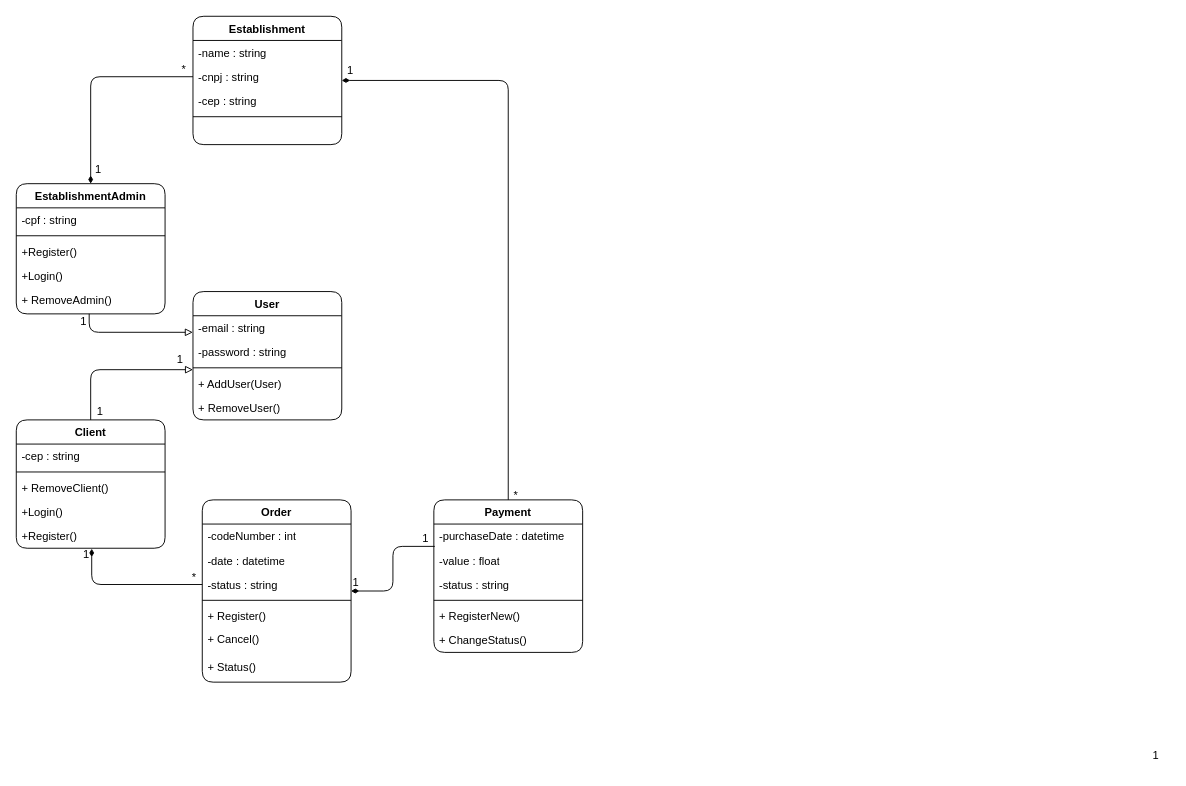
The draw.io diagram page "UML - Classe" (2 of 3) of DevOps/Modelagem de Software.drawio in LucasBO7/senai-curso-repos-semestre-4, before the edit. Source tidied: cells renumbered, new cells numbered last; positions are measured from the earlier drawing's top-left corner, leaving out a move shared by most shapes. Both pictures are drawn from the tidied source at 93%, with x=0, y=0 at pixel (16, 16).
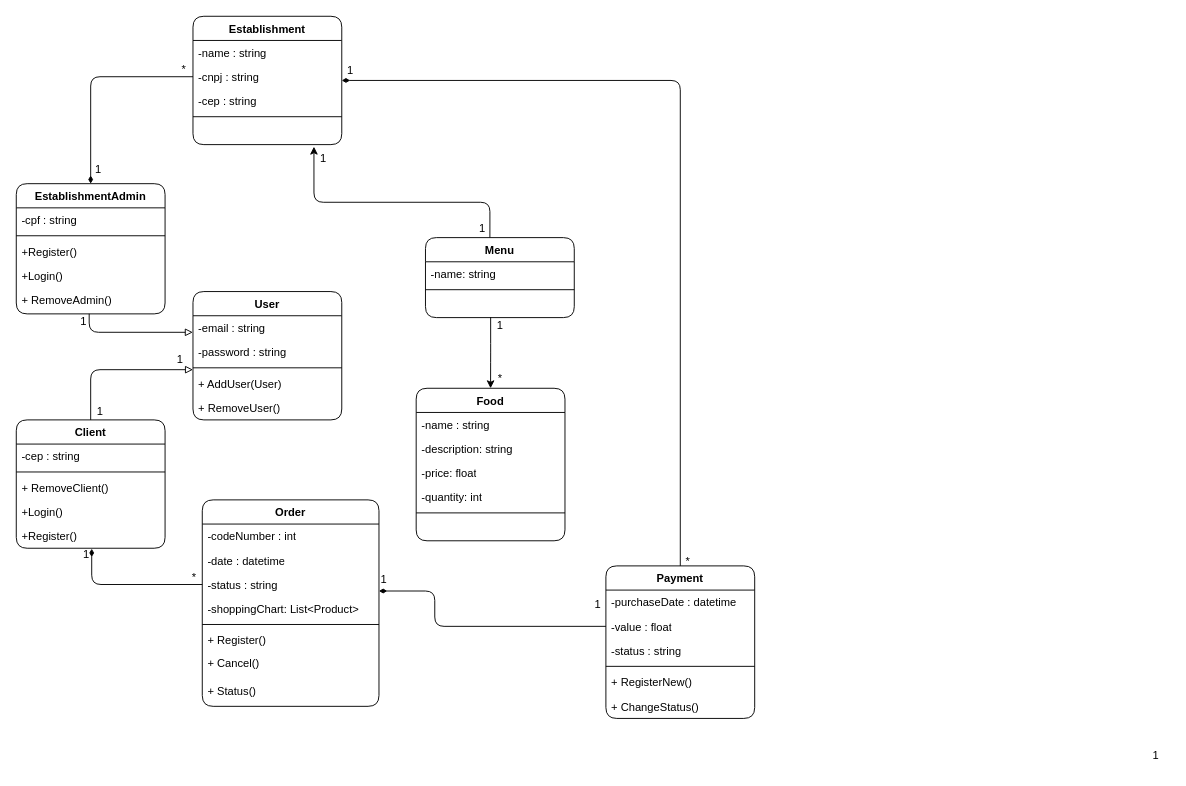
The same page after the edit.

The change refers to these unchanged cells:
```xml
<mxCell id="21" value="-value : float" style="text;strokeColor=none;fillColor=none;align=left;verticalAlign=top;spacingLeft=4;spacingRight=4;overflow=hidden;points=[[0,0.5],[1,0.5]];portConstraint=eastwest;whiteSpace=wrap;html=1;rounded=1;" parent="19" vertex="1">
  <mxGeometry y="52" width="160" height="26" as="geometry" />
</mxCell>
<mxCell id="48" value="&amp;nbsp; &amp;nbsp;" style="text;strokeColor=none;fillColor=none;align=left;verticalAlign=top;spacingLeft=4;spacingRight=4;overflow=hidden;points=[[0,0.5],[1,0.5]];portConstraint=eastwest;whiteSpace=wrap;html=1;rounded=1;" parent="43" vertex="1">
  <mxGeometry y="112" width="160" height="26" as="geometry" />
</mxCell>
```

Change to the diagram source:
```diff
@@
     <mxCell id="2" value="Order" style="swimlane;fontStyle=1;align=center;verticalAlign=top;horizontal=1;startSize=26;whiteSpace=wrap;html=1;rounded=1;" parent="1" vertex="1">
-      <mxGeometry x="200" y="520" width="160" height="196" as="geometry" />
+      <mxGeometry x="200" y="520" width="190" height="222" as="geometry" />
     </mxCell>
     <mxCell id="3" value="-codeNumber : int" style="text;strokeColor=none;fillColor=none;align=left;verticalAlign=top;spacingLeft=4;spacingRight=4;overflow=hidden;whiteSpace=wrap;html=1;rounded=1;" parent="2" vertex="1">
-      <mxGeometry y="26" width="160" height="26" as="geometry" />
+      <mxGeometry y="26" width="190" height="26" as="geometry" />
     </mxCell>
     <mxCell id="4" value="-date : datetime" style="text;strokeColor=none;fillColor=none;align=left;verticalAlign=top;spacingLeft=4;spacingRight=4;overflow=hidden;whiteSpace=wrap;html=1;rounded=1;" parent="2" vertex="1">
-      <mxGeometry y="52" width="160" height="26" as="geometry" />
+      <mxGeometry y="52" width="190" height="26" as="geometry" />
     </mxCell>
     <mxCell id="5" value="-status : string" style="text;strokeColor=none;fillColor=none;align=left;verticalAlign=top;spacingLeft=4;spacingRight=4;overflow=hidden;points=[[0,0.5],[1,0.5]];portConstraint=eastwest;whiteSpace=wrap;html=1;rounded=1;" parent="2" vertex="1">
-      <mxGeometry y="78" width="160" height="26" as="geometry" />
+      <mxGeometry y="78" width="190" height="26" as="geometry" />
     </mxCell>
+    <mxCell id="60" value="-shoppingChart: List&amp;lt;Product&amp;gt;" style="text;strokeColor=none;fillColor=none;align=left;verticalAlign=top;spacingLeft=4;spacingRight=4;overflow=hidden;whiteSpace=wrap;html=1;rounded=1;" parent="2" vertex="1">
+      <mxGeometry y="104" width="190" height="26" as="geometry" />
+    </mxCell>
     <mxCell id="6" style="line;strokeWidth=1;fillColor=none;align=left;verticalAlign=middle;spacingTop=-1;spacingLeft=3;spacingRight=3;labelPosition=right;strokeColor=inherit;rounded=1;" parent="2" vertex="1">
-      <mxGeometry y="104" width="160" height="8" as="geometry" />
+      <mxGeometry y="130" width="190" height="8" as="geometry" />
     </mxCell>
     <mxCell id="7" value="+ Register()" style="text;strokeColor=none;fillColor=none;align=left;verticalAlign=top;spacingLeft=4;spacingRight=4;overflow=hidden;whiteSpace=wrap;html=1;rounded=1;" parent="2" vertex="1">
-      <mxGeometry y="112" width="160" height="24" as="geometry" />
+      <mxGeometry y="138" width="190" height="24" as="geometry" />
     </mxCell>
     <mxCell id="8" value="+ Cancel()" style="text;strokeColor=none;fillColor=none;align=left;verticalAlign=top;spacingLeft=4;spacingRight=4;overflow=hidden;whiteSpace=wrap;html=1;rounded=1;" parent="2" vertex="1">
-      <mxGeometry y="136" width="160" height="30" as="geometry" />
+      <mxGeometry y="162" width="190" height="30" as="geometry" />
     </mxCell>
     <mxCell id="9" value="+ Status()" style="text;strokeColor=none;fillColor=none;align=left;verticalAlign=top;spacingLeft=4;spacingRight=4;overflow=hidden;whiteSpace=wrap;html=1;rounded=1;" parent="2" vertex="1">
-      <mxGeometry y="166" width="160" height="30" as="geometry" />
+      <mxGeometry y="192" width="190" height="30" as="geometry" />
     </mxCell>
@@
     <mxCell id="19" value="Payment" style="swimlane;fontStyle=1;align=center;verticalAlign=top;horizontal=1;startSize=26;whiteSpace=wrap;html=1;rounded=1;" parent="1" vertex="1">
-      <mxGeometry x="449" y="520" width="160" height="164" as="geometry" />
+      <mxGeometry x="634" y="591" width="160" height="164" as="geometry" />
     </mxCell>
@@
-    <mxCell id="55" style="edgeStyle=orthogonalEdgeStyle;rounded=1;jettySize=auto;html=1;endArrow=none;endFill=0;startArrow=diamondThin;startFill=1;" parent="1" edge="1" source="2">
+    <mxCell id="55" style="edgeStyle=orthogonalEdgeStyle;rounded=1;jettySize=auto;html=1;endArrow=none;endFill=0;startArrow=diamondThin;startFill=1;entryX=0;entryY=0.5;entryDx=0;entryDy=0;" parent="1" edge="1" source="2" target="21">
       <mxGeometry relative="1" as="geometry">
-        <mxPoint x="450" y="570" as="targetPoint" />
         <Array as="points">
-          <mxPoint x="405" y="618" />
-          <mxPoint x="405" y="570" />
-          <mxPoint x="450" y="570" />
+          <mxPoint x="450" y="618" />
+          <mxPoint x="450" y="656" />
         </Array>
       </mxGeometry>
     </mxCell>
     <mxCell id="56" value="1" style="text;html=1;align=center;verticalAlign=middle;strokeColor=none;fillColor=none;rounded=1;" parent="1" vertex="1">
-      <mxGeometry x="350" y="594" width="30" height="30" as="geometry" />
+      <mxGeometry x="380" y="591" width="30" height="30" as="geometry" />
     </mxCell>
     <mxCell id="57" value="1" style="text;html=1;align=center;verticalAlign=middle;strokeColor=none;fillColor=none;rounded=1;" parent="1" vertex="1">
-      <mxGeometry x="425" y="547" width="30" height="30" as="geometry" />
+      <mxGeometry x="610" y="618" width="30" height="30" as="geometry" />
     </mxCell>
     <mxCell id="58" value="*" style="text;html=1;align=center;verticalAlign=middle;strokeColor=none;fillColor=none;rounded=1;" parent="1" vertex="1">
-      <mxGeometry x="522" y="501" width="30" height="30" as="geometry" />
+      <mxGeometry x="707" y="572" width="30" height="30" as="geometry" />
     </mxCell>
@@
+    <mxCell id="61" style="edgeStyle=orthogonalEdgeStyle;rounded=1;jettySize=auto;html=1;entryX=0.813;entryY=1.085;entryDx=0;entryDy=0;entryPerimeter=0;exitX=0.433;exitY=0.014;exitDx=0;exitDy=0;exitPerimeter=0;" parent="1" edge="1" source="63" target="48">
+      <mxGeometry relative="1" as="geometry">
+        <Array as="points">
+          <mxPoint x="509" y="200" />
+          <mxPoint x="320" y="200" />
+        </Array>
+      </mxGeometry>
+    </mxCell>
+    <mxCell id="62" value="1" style="text;html=1;align=center;verticalAlign=middle;strokeColor=none;fillColor=none;" parent="1" vertex="1">
+      <mxGeometry x="315" y="138" width="30" height="30" as="geometry" />
+    </mxCell>
+    <mxCell id="63" value="Menu" style="swimlane;fontStyle=1;align=center;verticalAlign=top;horizontal=1;startSize=26;whiteSpace=wrap;html=1;rounded=1;" parent="1" vertex="1">
+      <mxGeometry x="440" y="238" width="160" height="86" as="geometry" />
+    </mxCell>
+    <mxCell id="64" value="-name: string" style="text;strokeColor=none;fillColor=none;align=left;verticalAlign=top;spacingLeft=4;spacingRight=4;overflow=hidden;whiteSpace=wrap;html=1;rounded=1;" parent="63" vertex="1">
+      <mxGeometry y="26" width="160" height="26" as="geometry" />
+    </mxCell>
+    <mxCell id="65" style="line;strokeWidth=1;fillColor=none;align=left;verticalAlign=middle;spacingTop=-1;spacingLeft=3;spacingRight=3;labelPosition=right;strokeColor=inherit;rounded=1;" parent="63" vertex="1">
+      <mxGeometry y="52" width="160" height="8" as="geometry" />
+    </mxCell>
+    <mxCell id="66" value="&amp;nbsp; &amp;nbsp;" style="text;strokeColor=none;fillColor=none;align=left;verticalAlign=top;spacingLeft=4;spacingRight=4;overflow=hidden;points=[[0,0.5],[1,0.5]];portConstraint=eastwest;whiteSpace=wrap;html=1;rounded=1;" parent="63" vertex="1">
+      <mxGeometry y="60" width="160" height="26" as="geometry" />
+    </mxCell>
+    <mxCell id="67" value="1" style="text;html=1;align=center;verticalAlign=middle;strokeColor=none;fillColor=none;" parent="1" vertex="1">
+      <mxGeometry x="486" y="213" width="30" height="30" as="geometry" />
+    </mxCell>
+    <mxCell id="68" value="Food" style="swimlane;fontStyle=1;align=center;verticalAlign=top;horizontal=1;startSize=26;whiteSpace=wrap;html=1;rounded=1;" parent="1" vertex="1">
+      <mxGeometry x="430" y="400" width="160" height="164" as="geometry" />
+    </mxCell>
+    <mxCell id="69" value="-name : string" style="text;strokeColor=none;fillColor=none;align=left;verticalAlign=top;spacingLeft=4;spacingRight=4;overflow=hidden;whiteSpace=wrap;html=1;rounded=1;" parent="68" vertex="1">
+      <mxGeometry y="26" width="160" height="26" as="geometry" />
+    </mxCell>
+    <mxCell id="70" value="-description: string" style="text;strokeColor=none;fillColor=none;align=left;verticalAlign=top;spacingLeft=4;spacingRight=4;overflow=hidden;whiteSpace=wrap;html=1;rounded=1;" parent="68" vertex="1">
+      <mxGeometry y="52" width="160" height="26" as="geometry" />
+    </mxCell>
+    <mxCell id="71" value="-price: float" style="text;strokeColor=none;fillColor=none;align=left;verticalAlign=top;spacingLeft=4;spacingRight=4;overflow=hidden;whiteSpace=wrap;html=1;rounded=1;" parent="68" vertex="1">
+      <mxGeometry y="78" width="160" height="26" as="geometry" />
+    </mxCell>
+    <mxCell id="72" value="-quantity: int" style="text;strokeColor=none;fillColor=none;align=left;verticalAlign=top;spacingLeft=4;spacingRight=4;overflow=hidden;whiteSpace=wrap;html=1;rounded=1;" parent="68" vertex="1">
+      <mxGeometry y="104" width="160" height="26" as="geometry" />
+    </mxCell>
+    <mxCell id="73" style="line;strokeWidth=1;fillColor=none;align=left;verticalAlign=middle;spacingTop=-1;spacingLeft=3;spacingRight=3;labelPosition=right;strokeColor=inherit;rounded=1;" parent="68" vertex="1">
+      <mxGeometry y="130" width="160" height="8" as="geometry" />
+    </mxCell>
+    <mxCell id="74" value="&amp;nbsp; &amp;nbsp;" style="text;strokeColor=none;fillColor=none;align=left;verticalAlign=top;spacingLeft=4;spacingRight=4;overflow=hidden;whiteSpace=wrap;html=1;rounded=1;" parent="68" vertex="1">
+      <mxGeometry y="138" width="160" height="26" as="geometry" />
+    </mxCell>
+    <mxCell id="75" style="edgeStyle=orthogonalEdgeStyle;rounded=1;jettySize=auto;html=1;entryX=0.5;entryY=0;entryDx=0;entryDy=0;exitX=0.438;exitY=0.985;exitDx=0;exitDy=0;exitPerimeter=0;" parent="1" edge="1" source="66" target="68">
+      <mxGeometry relative="1" as="geometry" />
+    </mxCell>
+    <mxCell id="76" value="1" style="text;html=1;align=center;verticalAlign=middle;strokeColor=none;fillColor=none;" parent="1" vertex="1">
+      <mxGeometry x="505" y="318" width="30" height="30" as="geometry" />
+    </mxCell>
+    <mxCell id="77" value="*" style="text;html=1;align=center;verticalAlign=middle;strokeColor=none;fillColor=none;" parent="1" vertex="1">
+      <mxGeometry x="505" y="375" width="30" height="30" as="geometry" />
+    </mxCell>
```
